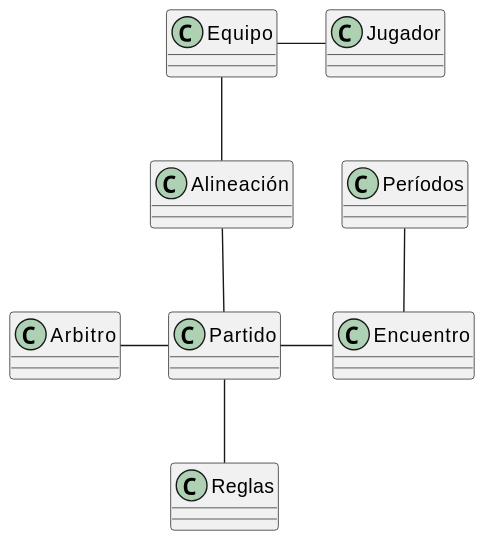
mmasias/futbol keeps this PlantUML diagram as images/modelosUML/modeloDelDominio.svg. Above is the earlier version.
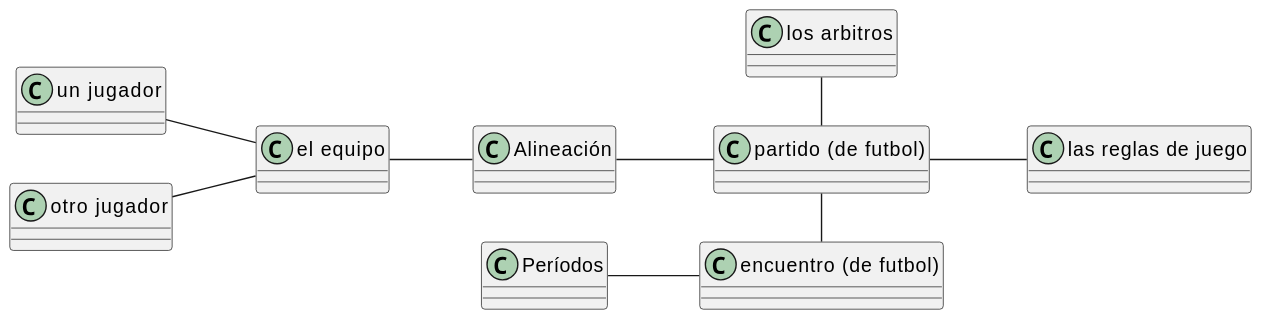
After the commit.

Diff of the diagram source:
```diff
@@ -1,4 +1,14 @@
 @startuml
+left to right direction
+
+class "las reglas de juego" as Reglas
+class "partido (de futbol)" as Partido
+class "encuentro (de futbol)" as Encuentro
+class "los arbitros" as Arbitro
+class "el equipo" as Equipo
+class "un jugador" as Jugador
+class "otro jugador" as Jugador2
+
 Partido  -r- Encuentro
 Encuentro -u- Períodos
 
@@ -9,5 +19,6 @@
 
 Equipo -- Alineación
 
-Jugador -l- Equipo
+Jugador -- Equipo
+Jugador2 -- Equipo
 @enduml
```
